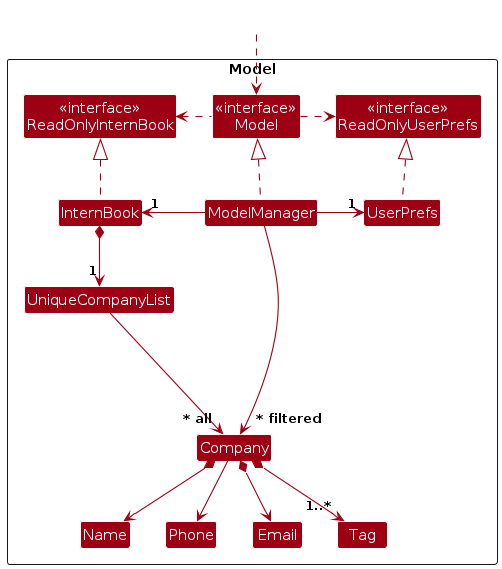
Earlier version of the PlantUML export diagrams/ModelClassDiagram.png (AY2324S2-CS2103T-T13-2/tp). Its source is kept beside it as diagrams/ModelClassDiagram.puml. The source it was exported from:
```plantuml
@startuml
!include style.puml
skinparam arrowThickness 1.1
skinparam arrowColor MODEL_COLOR
skinparam classBackgroundColor MODEL_COLOR

Package Model as ModelPackage <<Rectangle>>{
Class "<<interface>>\nReadOnlyInternBook" as ReadOnlyInternBook
Class "<<interface>>\nReadOnlyUserPrefs" as ReadOnlyUserPrefs
Class "<<interface>>\nModel" as Model
Class InternBook
Class ModelManager
Class UserPrefs

Class UniqueCompanyList
Class Company
Class Email
Class Name
Class Phone
Class Tag

Class I #FFFFFF
}

Class HiddenOutside #FFFFFF
HiddenOutside ..> Model

InternBook .up.|> ReadOnlyInternBook

ModelManager .up.|> Model
Model .right.> ReadOnlyUserPrefs
Model .left.> ReadOnlyInternBook
ModelManager -left-> "1" InternBook
ModelManager -right-> "1" UserPrefs
UserPrefs .up.|> ReadOnlyUserPrefs

InternBook *--> "1" UniqueCompanyList
UniqueCompanyList --> "~* all" Company
Company *--> Name
Company --> Phone
Company *--> Email
Company *--> "1..*" Tag

Company -[hidden]up--> I
UniqueCompanyList -[hidden]right-> I

Name -[hidden]right-> Phone

ModelManager --> "~* filtered" Company
@enduml
```
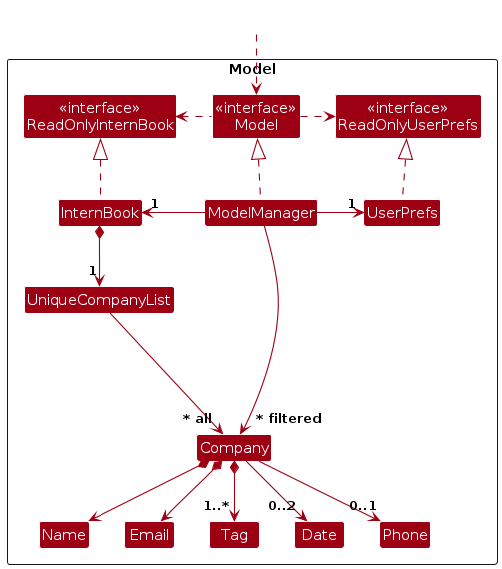
The same file after the commit.

The edit, as a diff of the source:
```diff
@@ -18,6 +18,7 @@
 Class Name
 Class Phone
 Class Tag
+Class Date
 
 Class I #FFFFFF
 }
@@ -37,14 +38,17 @@
 InternBook *--> "1" UniqueCompanyList
 UniqueCompanyList --> "~* all" Company
 Company *--> Name
-Company --> Phone
 Company *--> Email
 Company *--> "1..*" Tag
+Company --> "0..1" Phone
+Company --> "0..2" Date
 
 Company -[hidden]up--> I
 UniqueCompanyList -[hidden]right-> I
 
-Name -[hidden]right-> Phone
+Name -[hidden]right-> Email
+Email -[hidden]right-> Tag
+Tag -[hidden]right-> Date
 
 ModelManager --> "~* filtered" Company
 @enduml
```
